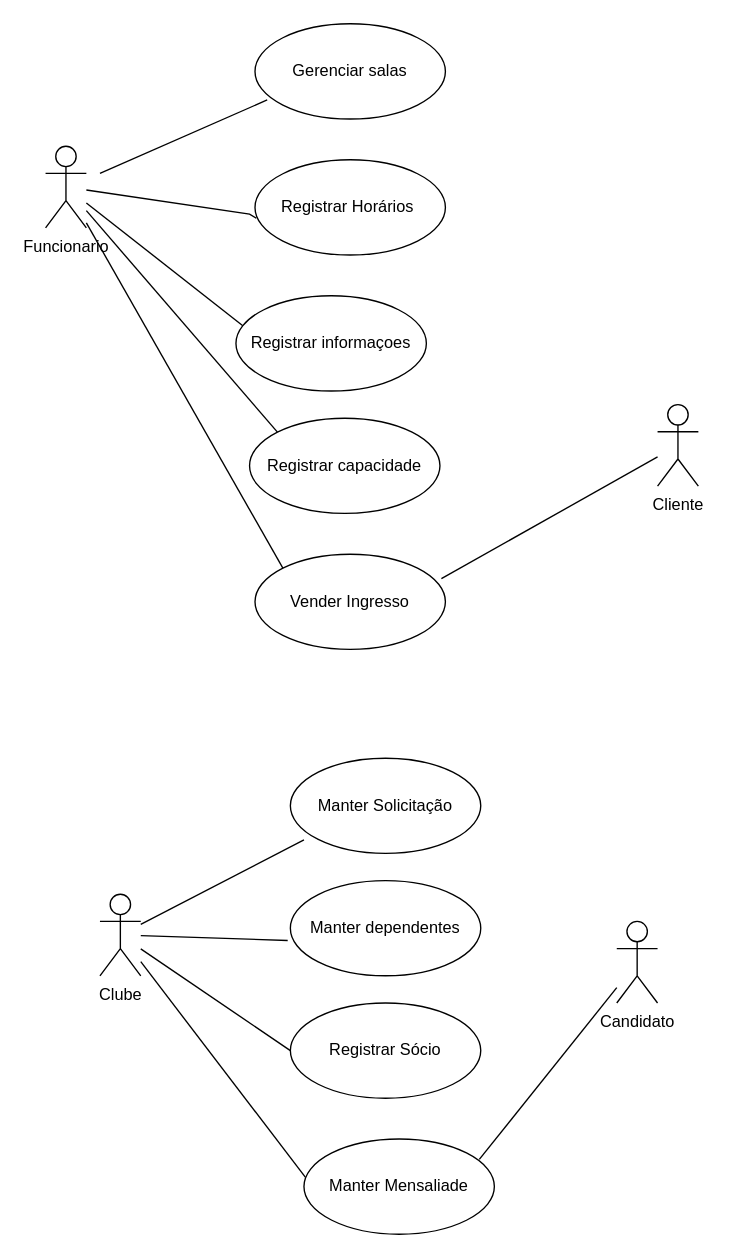
Earlier version of the draw.io diagram Diagrama sem nome.drawio (ohdiegu/exerciosCasoDeUso-). Source tidied: cells renumbered, new cells numbered last; positions are measured from the earlier drawing's top-left corner, leaving out a move shared by most shapes. Both pictures are drawn from the tidied source at 136%, with x=0, y=0 at pixel (45, 23).
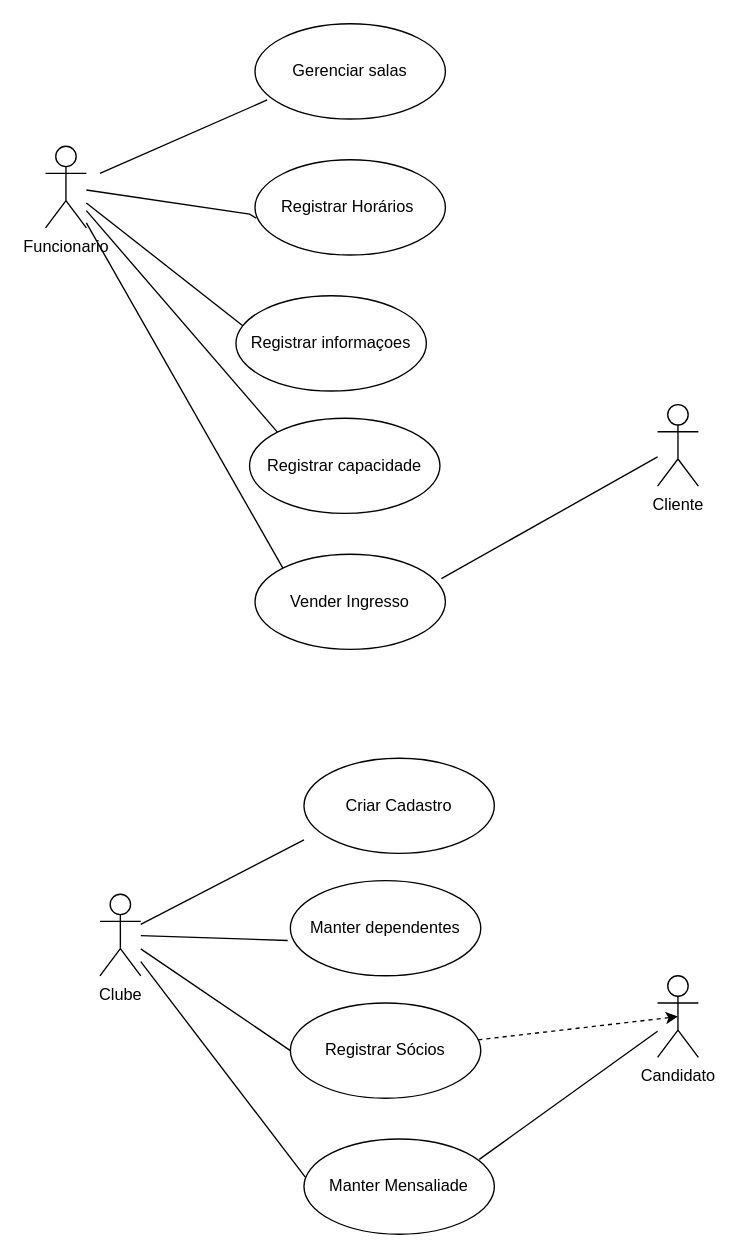
The same page after the edit.

Diff of the diagram source:
```diff
@@
-    <mxCell id="16" value="Registrar Sócio&lt;br&gt;" style="ellipse;whiteSpace=wrap;html=1;" parent="1" vertex="1">
+    <mxCell id="16" value="Registrar Sócios" style="ellipse;whiteSpace=wrap;html=1;" parent="1" vertex="1">
       <mxGeometry x="180" y="720" width="140" height="70" as="geometry" />
     </mxCell>
@@
-    <mxCell id="18" value="Manter Solicitação" style="ellipse;whiteSpace=wrap;html=1;" parent="1" vertex="1">
-      <mxGeometry x="180" y="540" width="140" height="70" as="geometry" />
+    <mxCell id="18" value="Criar Cadastro" style="ellipse;whiteSpace=wrap;html=1;" parent="1" vertex="1">
+      <mxGeometry x="190" y="540" width="140" height="70" as="geometry" />
     </mxCell>
@@
+    <mxCell id="26" style="rounded=0;jettySize=auto;html=1;entryX=0.5;entryY=0.5;entryDx=0;entryDy=0;endArrow=classic;endFill=1;dashed=1;entryPerimeter=0;" parent="1" edge="1" source="16" target="20">
+      <mxGeometry relative="1" as="geometry" />
+    </mxCell>
     <mxCell id="20" value="Candidato&lt;br&gt;" style="shape=umlActor;html=1;verticalLabelPosition=bottom;verticalAlign=top;align=center;" parent="1" vertex="1">
-      <mxGeometry x="420" y="660" width="30" height="60" as="geometry" />
+      <mxGeometry x="450" y="700" width="30" height="60" as="geometry" />
     </mxCell>
```
